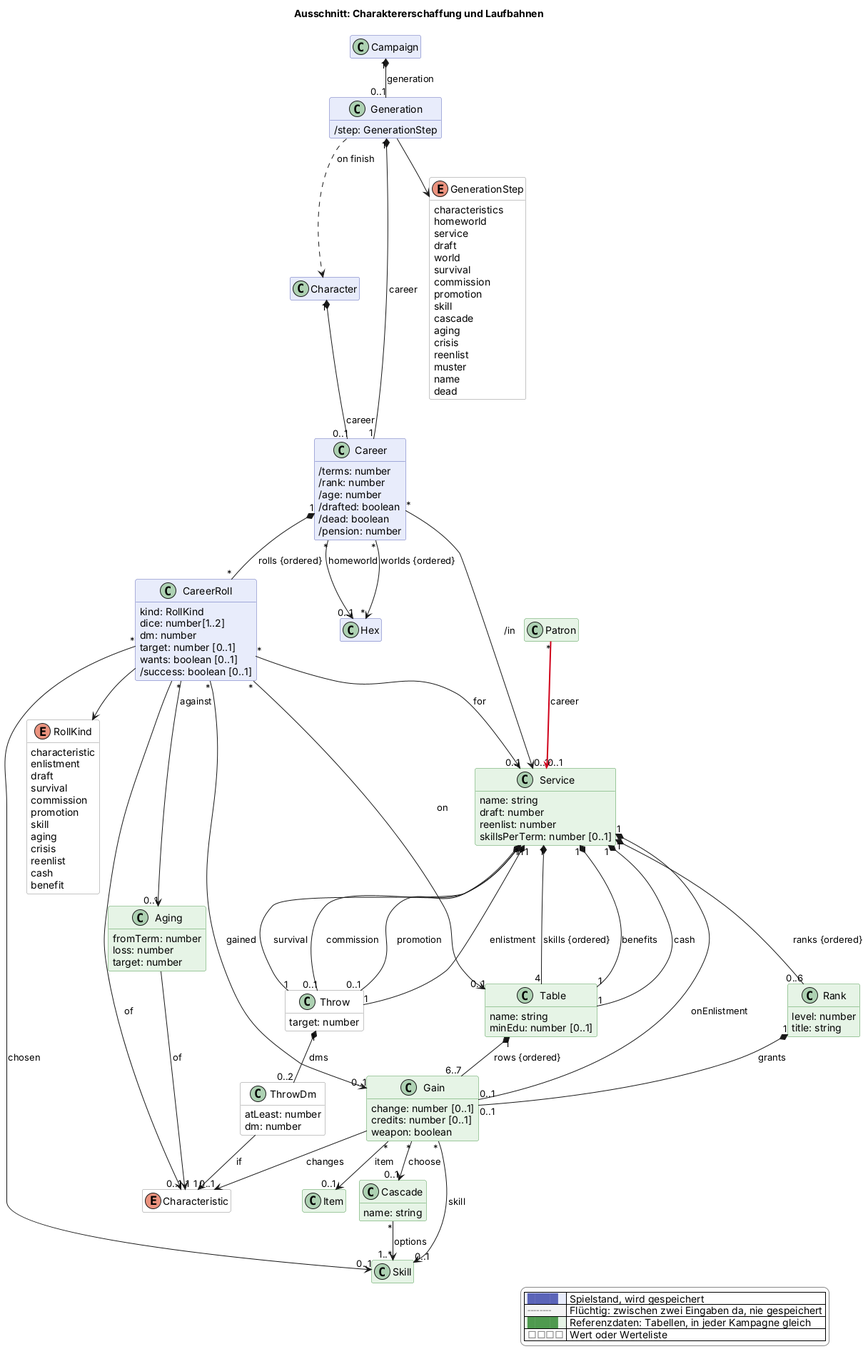
This is docs/views/erschaffung.png from scuzzar/SRE, a PlantUML export, as it was before one commit.
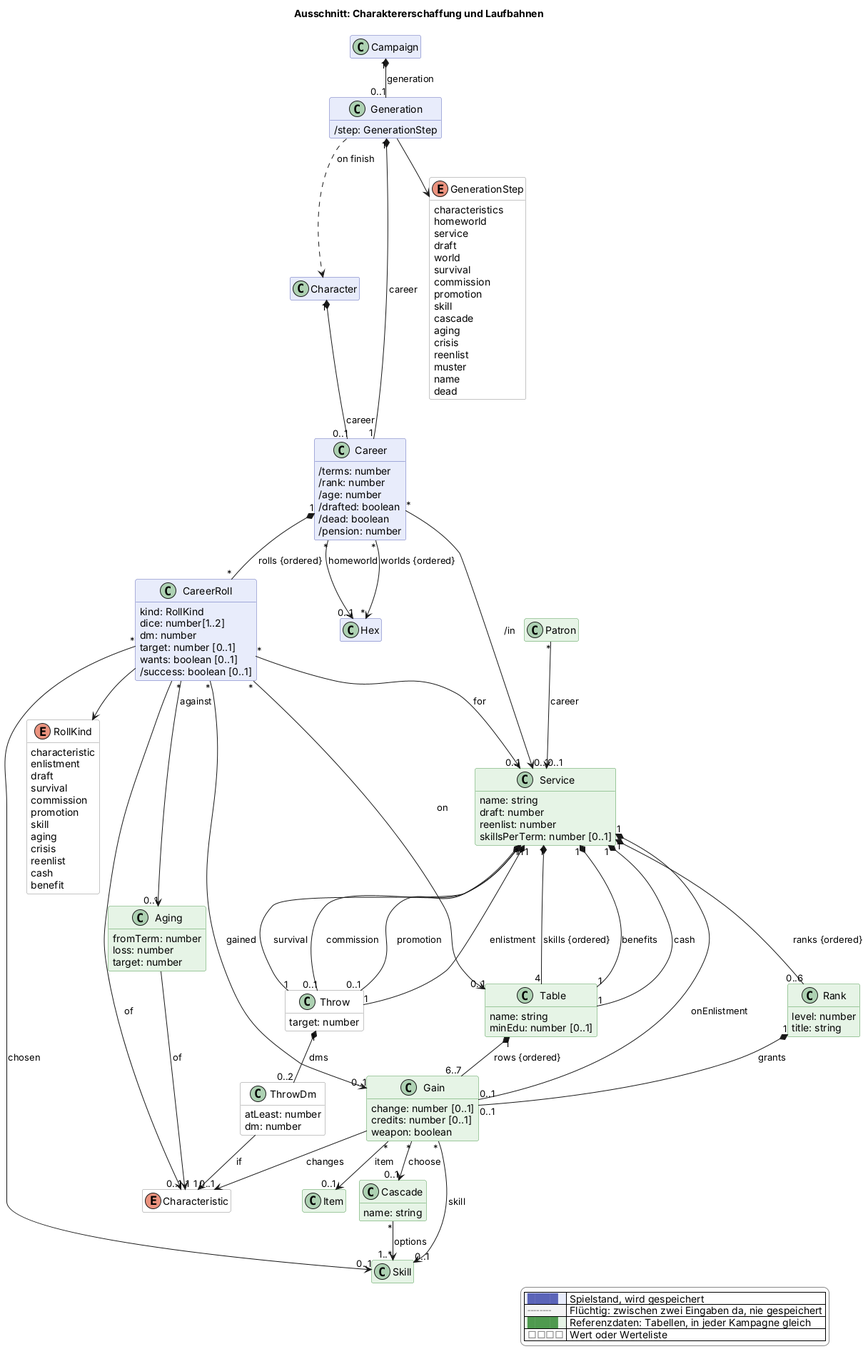
After the change.

Change to the diagram source:
```diff
@@ -207,7 +207,7 @@
 
 
 
-Patron "*" -$newArrow("2026-11-14b")-> "0..1" Service : career
+Patron "*" --> "0..1" Service : career
 
 
 
```
